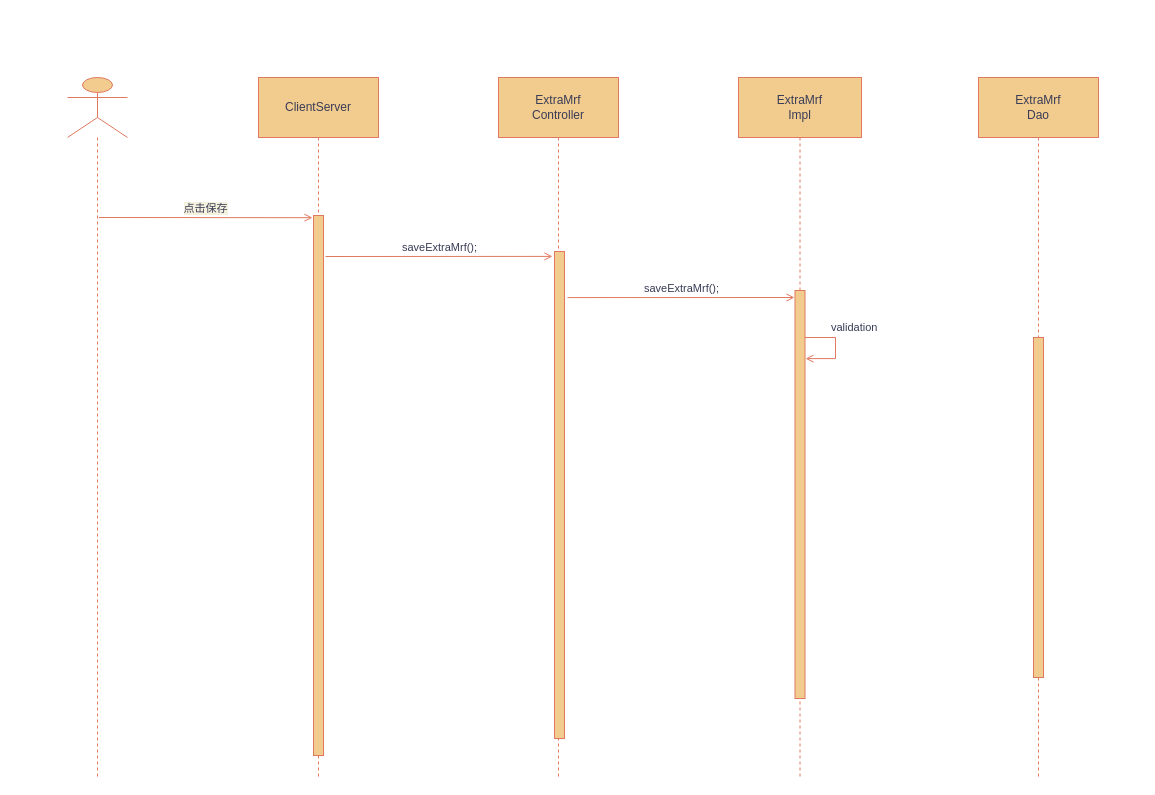
The draw.io diagram page "领料单新增" (7 of 8) of 时序图.drawio in KNAI-I/test, before the edit. Source tidied: cells renumbered, new cells numbered last; positions are measured from the earlier drawing's top-left corner, leaving out a move shared by most shapes. Both pictures are drawn from the tidied source at 100%, with x=0, y=0 at pixel (67, 77).
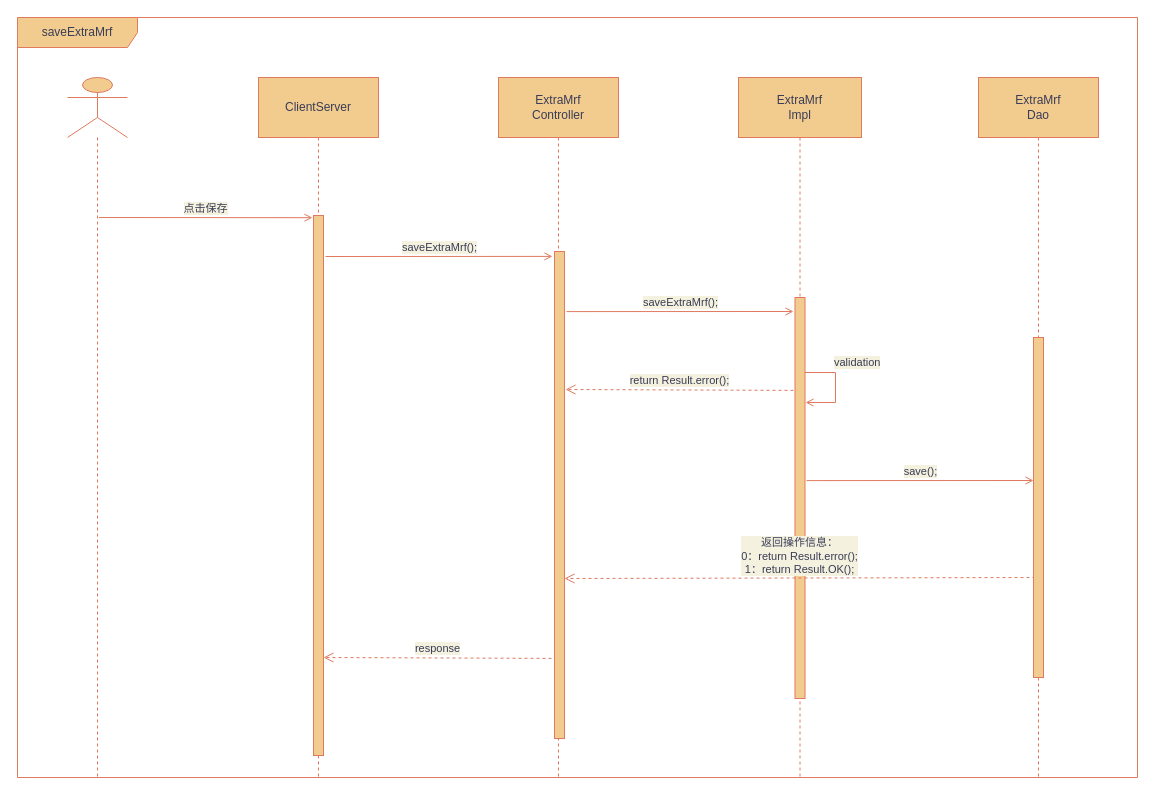
The same diagram, later.

The change refers to these unchanged cells:
```xml
<mxCell id="8" value="ExtraMrf&lt;br&gt;Impl" style="shape=umlLifeline;perimeter=lifelinePerimeter;whiteSpace=wrap;html=1;size=60;fillColor=#F2CC8F;strokeColor=#E07A5F;fontColor=#393C56;" parent="1" vertex="1">
  <mxGeometry x="671" width="123" height="700" as="geometry" />
</mxCell>
```

Diff of the diagram source:
```diff
@@
     <mxCell id="9" style="html=1;points=[];perimeter=orthogonalPerimeter;fillColor=#F2CC8F;strokeColor=#E07A5F;fontColor=#393C56;" parent="8" vertex="1">
-      <mxGeometry x="56.5" y="213" width="10" height="408" as="geometry" />
+      <mxGeometry x="56.5" y="220" width="10" height="401" as="geometry" />
     </mxCell>
-    <mxCell id="10" value="&lt;span style=&quot;font-size: 11px;&quot;&gt;validation&lt;/span&gt;" style="edgeStyle=orthogonalEdgeStyle;html=1;align=left;spacingLeft=2;endArrow=open;rounded=0;entryX=1.05;entryY=0.167;fontColor=#393C56;strokeColor=#E07A5F;fillColor=#F2CC8F;endFill=0;entryDx=0;entryDy=0;entryPerimeter=0;" parent="8" edge="1" target="9">
+    <mxCell id="10" value="&lt;span style=&quot;font-size: 11px;&quot;&gt;validation&lt;/span&gt;" style="edgeStyle=orthogonalEdgeStyle;html=1;align=left;spacingLeft=2;endArrow=open;rounded=0;fontColor=#393C56;strokeColor=#E07A5F;fillColor=#F2CC8F;endFill=0;labelBackgroundColor=#F4F1DE;" parent="8" edge="1">
       <mxGeometry x="-0.45" y="10" relative="1" as="geometry">
-        <mxPoint x="66.5" y="260" as="sourcePoint" />
+        <mxPoint x="66.5" y="295" as="sourcePoint" />
+        <mxPoint x="67" y="325" as="targetPoint" />
         <Array as="points">
-          <mxPoint x="97" y="260" />
-          <mxPoint x="97" y="281" />
+          <mxPoint x="97" y="295" />
+          <mxPoint x="97" y="325" />
+          <mxPoint x="67" y="325" />
         </Array>
       </mxGeometry>
     </mxCell>
+    <mxCell id="15" value="&lt;span style=&quot;color: rgb(57, 60, 86); text-align: left; background-color: rgb(244, 241, 222);&quot;&gt;返回操作信息：&lt;/span&gt;&lt;br style=&quot;color: rgb(57, 60, 86); text-align: left;&quot;&gt;&lt;span style=&quot;color: rgb(57, 60, 86); text-align: left; background-color: rgb(244, 241, 222);&quot;&gt;0：return Result.error();&lt;/span&gt;&lt;br style=&quot;color: rgb(57, 60, 86); text-align: left;&quot;&gt;&lt;span style=&quot;color: rgb(57, 60, 86); text-align: left; background-color: rgb(244, 241, 222);&quot;&gt;1：return Result.OK();&lt;/span&gt;" style="html=1;verticalAlign=bottom;endArrow=open;dashed=1;endSize=8;exitX=0.1;exitY=0.868;rounded=0;labelBackgroundColor=#F4F1DE;strokeColor=#E07A5F;fontColor=#393C56;exitDx=0;exitDy=0;exitPerimeter=0;entryX=1;entryY=0.823;entryDx=0;entryDy=0;entryPerimeter=0;" parent="8" edge="1">
+      <mxGeometry relative="1" as="geometry">
+        <mxPoint x="297" y="500" as="sourcePoint" />
+        <mxPoint x="-174" y="501" as="targetPoint" />
+      </mxGeometry>
+    </mxCell>
@@
-    <mxCell id="13" value="saveExtraMrf();" style="html=1;verticalAlign=bottom;endArrow=open;rounded=0;fontColor=#393C56;strokeColor=#E07A5F;fillColor=#F2CC8F;endFill=0;entryX=0;entryY=0.01;entryDx=0;entryDy=0;entryPerimeter=0;" parent="1" edge="1">
+    <mxCell id="13" value="saveExtraMrf();" style="html=1;verticalAlign=bottom;endArrow=open;rounded=0;fontColor=#393C56;strokeColor=#E07A5F;fillColor=#F2CC8F;endFill=0;entryX=0;entryY=0.01;entryDx=0;entryDy=0;entryPerimeter=0;labelBackgroundColor=#F4F1DE;" parent="1" edge="1">
       <mxGeometry relative="1" as="geometry">
         <mxPoint x="258" y="179" as="sourcePoint" />
         <mxPoint x="485" y="178.9" as="targetPoint" />
       </mxGeometry>
     </mxCell>
-    <mxCell id="14" value="saveExtraMrf();" style="html=1;verticalAlign=bottom;endArrow=open;rounded=0;fontColor=#393C56;strokeColor=#E07A5F;fillColor=#F2CC8F;endFill=0;entryX=0;entryY=0.01;entryDx=0;entryDy=0;entryPerimeter=0;" parent="1" edge="1">
+    <mxCell id="14" value="saveExtraMrf();" style="html=1;verticalAlign=bottom;endArrow=open;rounded=0;fontColor=#393C56;strokeColor=#E07A5F;fillColor=#F2CC8F;endFill=0;entryX=0;entryY=0.01;entryDx=0;entryDy=0;entryPerimeter=0;labelBackgroundColor=#F4F1DE;" parent="1" edge="1">
       <mxGeometry relative="1" as="geometry">
-        <mxPoint x="500" y="220.1" as="sourcePoint" />
-        <mxPoint x="727" y="220" as="targetPoint" />
+        <mxPoint x="499" y="234.1" as="sourcePoint" />
+        <mxPoint x="726" y="234" as="targetPoint" />
       </mxGeometry>
     </mxCell>
+    <mxCell id="16" value="return Result.error();" style="html=1;verticalAlign=bottom;endArrow=open;dashed=1;endSize=8;rounded=0;labelBackgroundColor=#F4F1DE;fontColor=#393C56;strokeColor=#E07A5F;fillColor=#F2CC8F;exitX=-0.15;exitY=0.159;exitDx=0;exitDy=0;exitPerimeter=0;" parent="1" edge="1">
+      <mxGeometry relative="1" as="geometry">
+        <mxPoint x="726" y="312.9" as="sourcePoint" />
+        <mxPoint x="498" y="312" as="targetPoint" />
+      </mxGeometry>
+    </mxCell>
+    <mxCell id="17" value="save();" style="html=1;verticalAlign=bottom;endArrow=open;rounded=0;fontColor=#393C56;strokeColor=#E07A5F;fillColor=#F2CC8F;endFill=0;entryX=0;entryY=0.01;entryDx=0;entryDy=0;entryPerimeter=0;labelBackgroundColor=#F4F1DE;" parent="1" edge="1">
+      <mxGeometry relative="1" as="geometry">
+        <mxPoint x="739" y="403.1" as="sourcePoint" />
+        <mxPoint x="966" y="403" as="targetPoint" />
+      </mxGeometry>
+    </mxCell>
+    <mxCell id="18" value="response" style="html=1;verticalAlign=bottom;endArrow=open;dashed=1;endSize=8;rounded=0;labelBackgroundColor=#F4F1DE;fontColor=#393C56;strokeColor=#E07A5F;fillColor=#F2CC8F;exitX=-0.15;exitY=0.159;exitDx=0;exitDy=0;exitPerimeter=0;" parent="1" edge="1">
+      <mxGeometry relative="1" as="geometry">
+        <mxPoint x="484" y="580.9" as="sourcePoint" />
+        <mxPoint x="256" y="580" as="targetPoint" />
+      </mxGeometry>
+    </mxCell>
+    <mxCell id="19" value="saveExtraMrf" style="shape=umlFrame;whiteSpace=wrap;html=1;fontColor=#393C56;strokeColor=#E07A5F;fillColor=#F2CC8F;width=120;height=30;" parent="1" vertex="1">
+      <mxGeometry x="-50" y="-60" width="1120" height="760" as="geometry" />
+    </mxCell>
```
